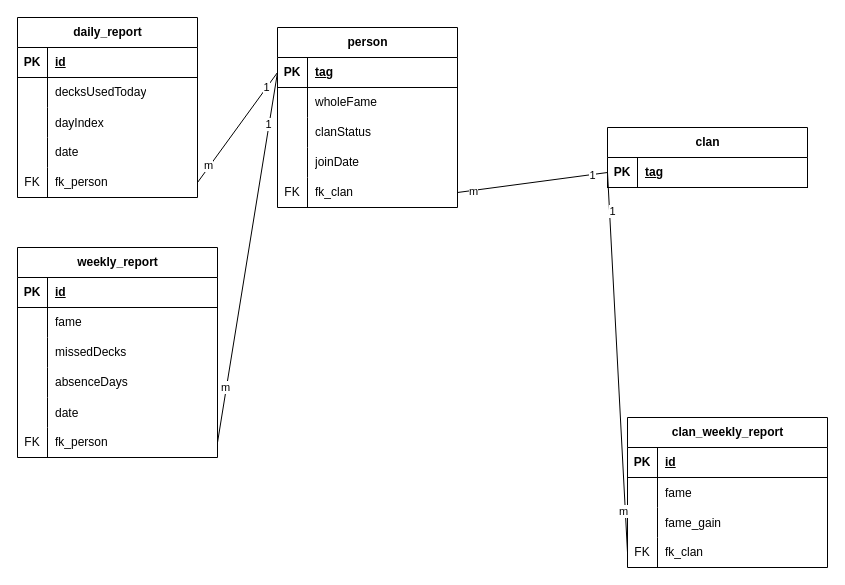
Above: .Diagramme/DiagrammDatabase.drawio in jan-schaefli-github/Boost-for-you-B4U (draw.io), before the change. Source tidied: cells renumbered, new cells numbered last; positions are measured from the earlier drawing's top-left corner, leaving out a move shared by most shapes. Both pictures are drawn from the tidied source at 100%, with x=0, y=0 at pixel (17, 17).
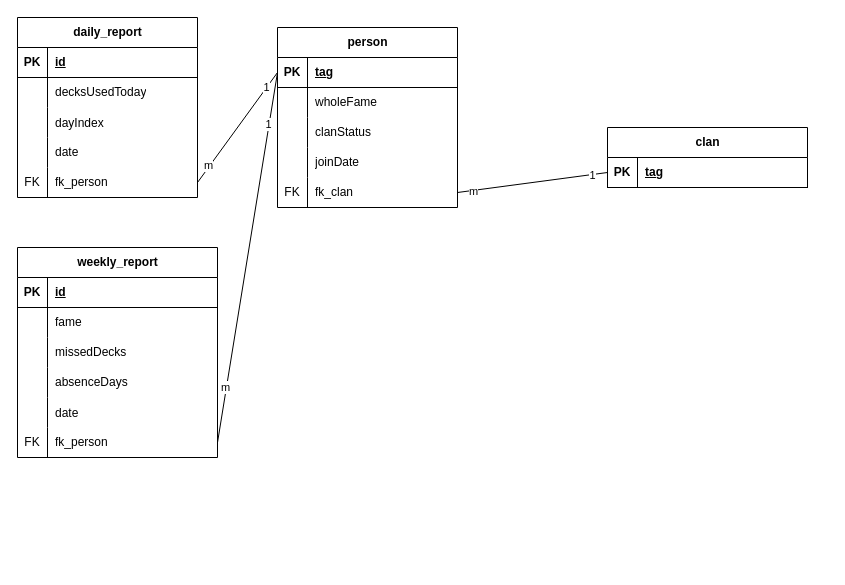
Above is the later version.

Unchanged cells that the change refers to:
```xml
<mxCell id="38" style="shape=tableRow;horizontal=0;startSize=0;swimlaneHead=0;swimlaneBody=0;fillColor=none;points=[[0,0.5],[1,0.5]];portConstraint=eastwest;top=0;left=0;right=0;bottom=1;" parent="37" vertex="1">
  <mxGeometry y="30" width="200" height="30" as="geometry" />
</mxCell>
```

What changed in the source:
```diff
@@
-    <mxCell id="41" value="clan_weekly_report" style="shape=table;startSize=30;childLayout=tableLayout;rowLines=0;fontStyle=1;align=center;html=1;" parent="1" vertex="1">
-      <mxGeometry x="610" y="400" width="200" height="150" as="geometry" />
-    </mxCell>
-    <mxCell id="42" style="shape=tableRow;horizontal=0;startSize=0;swimlaneHead=0;swimlaneBody=0;fillColor=none;top=0;left=0;right=0;bottom=1;" parent="41" vertex="1">
-      <mxGeometry y="30" width="200" height="30" as="geometry" />
-    </mxCell>
-    <mxCell id="43" value="PK" style="shape=partialRectangle;fillColor=none;top=0;left=0;bottom=0;right=0;fontStyle=1;overflow=hidden;whiteSpace=wrap;html=1;" parent="42" vertex="1">
-      <mxGeometry width="30" height="30" as="geometry" />
-    </mxCell>
-    <mxCell id="44" value="id" style="shape=partialRectangle;fillColor=none;top=0;left=0;bottom=0;right=0;align=left;spacingLeft=6;fontStyle=5;overflow=hidden;whiteSpace=wrap;html=1;" parent="42" vertex="1">
-      <mxGeometry x="30" width="170" height="30" as="geometry" />
-    </mxCell>
-    <mxCell id="45" style="shape=tableRow;horizontal=0;startSize=0;swimlaneHead=0;swimlaneBody=0;fillColor=none;top=0;left=0;right=0;bottom=0;" parent="41" vertex="1">
-      <mxGeometry y="60" width="200" height="30" as="geometry" />
-    </mxCell>
-    <mxCell id="46" style="shape=partialRectangle;fillColor=none;top=0;left=0;bottom=0;right=0;overflow=hidden;" parent="45" vertex="1">
-      <mxGeometry width="30" height="30" as="geometry" />
-    </mxCell>
-    <mxCell id="47" value="fame" style="shape=partialRectangle;fillColor=none;top=0;left=0;bottom=0;right=0;align=left;spacingLeft=6;overflow=hidden;" parent="45" vertex="1">
-      <mxGeometry x="30" width="170" height="30" as="geometry" />
-    </mxCell>
-    <mxCell id="48" style="shape=tableRow;horizontal=0;startSize=0;swimlaneHead=0;swimlaneBody=0;fillColor=none;top=0;left=0;right=0;bottom=0;" parent="41" vertex="1">
-      <mxGeometry y="90" width="200" height="30" as="geometry" />
-    </mxCell>
-    <mxCell id="49" style="shape=partialRectangle;fillColor=none;top=0;left=0;bottom=0;right=0;overflow=hidden;" parent="48" vertex="1">
-      <mxGeometry width="30" height="30" as="geometry" />
-    </mxCell>
-    <mxCell id="50" value="fame_gain" style="shape=partialRectangle;fillColor=none;top=0;left=0;bottom=0;right=0;align=left;spacingLeft=6;overflow=hidden;" parent="48" vertex="1">
-      <mxGeometry x="30" width="170" height="30" as="geometry" />
-    </mxCell>
-    <mxCell id="51" style="shape=tableRow;horizontal=0;startSize=0;swimlaneHead=0;swimlaneBody=0;fillColor=none;points=[[0,0.5],[1,0.5]];portConstraint=eastwest;top=0;left=0;right=0;bottom=0;" parent="41" vertex="1">
-      <mxGeometry y="120" width="200" height="30" as="geometry" />
-    </mxCell>
-    <mxCell id="52" value="FK" style="shape=partialRectangle;fillColor=none;top=0;left=0;bottom=0;right=0;fontStyle=0;overflow=hidden;whiteSpace=wrap;html=1;" parent="51" vertex="1">
-      <mxGeometry width="30" height="30" as="geometry" />
-    </mxCell>
-    <mxCell id="53" value="fk_clan" style="shape=partialRectangle;fillColor=none;top=0;left=0;bottom=0;right=0;align=left;spacingLeft=6;fontStyle=0;overflow=hidden;whiteSpace=wrap;html=1;" parent="51" vertex="1">
-      <mxGeometry x="30" width="170" height="30" as="geometry" />
-    </mxCell>
@@
-    <mxCell id="79" style="endArrow=none;html=1;rounded=0;exitX=0;exitY=0.5;exitDx=0;exitDy=0;entryX=0;entryY=0.5;entryDx=0;entryDy=0;" parent="1" edge="1" source="51" target="38">
-      <mxGeometry relative="1" as="geometry" />
-    </mxCell>
-    <mxCell id="80" value="m" style="edgeLabel;html=1;align=center;verticalAlign=middle;" parent="79" vertex="1">
-      <mxGeometry x="-0.78" y="3" relative="1" as="geometry">
-        <mxPoint x="1" as="offset" />
-      </mxGeometry>
-    </mxCell>
-    <mxCell id="81" value="1" style="edgeLabel;html=1;align=center;verticalAlign=middle;" parent="79" vertex="1">
-      <mxGeometry x="0.8" y="-1" relative="1" as="geometry">
-        <mxPoint x="1" as="offset" />
-      </mxGeometry>
-    </mxCell>
```
